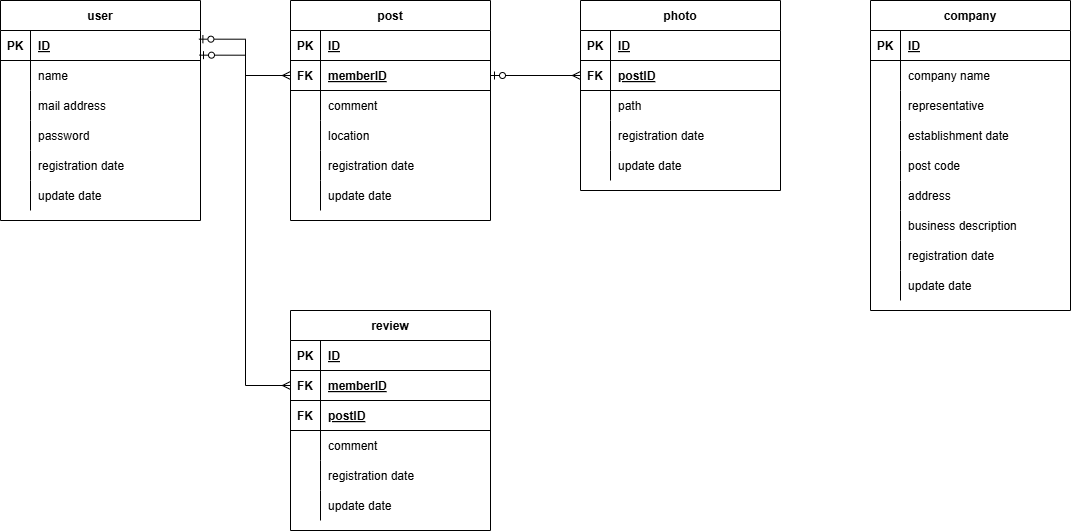
ISSEI-dot/Travelog keeps this draw.io diagram as TravelogER図.drawio.png. Above is the earlier version. Source tidied: cells renumbered, new cells last; positions are measured from the earlier drawing's top-left corner, leaving out a move shared by most shapes.
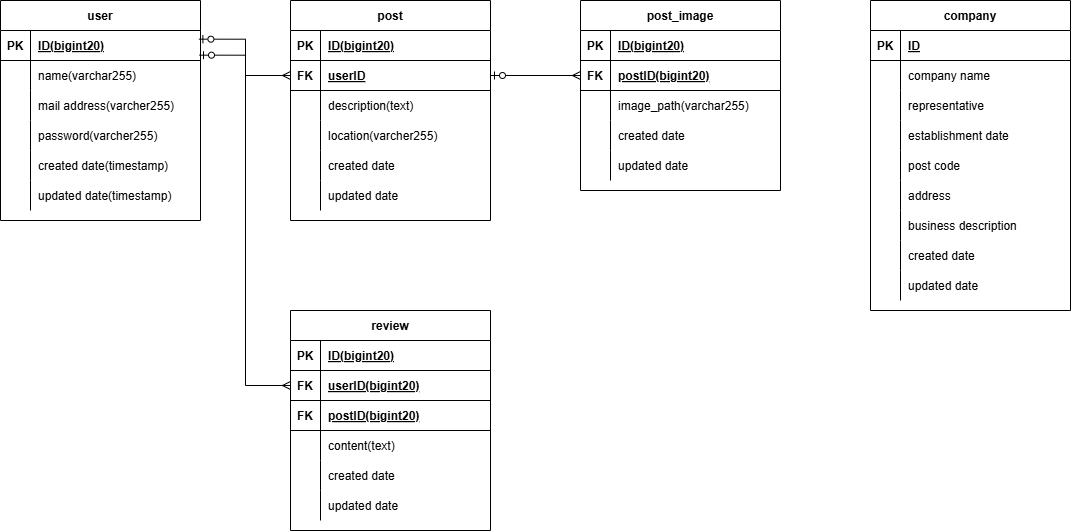
The same diagram one commit later.

Commit message:
TravelogER図.drawio.png を更新します

Change to the diagram source:
```diff
@@ -11,7 +11,7 @@
     <mxCell id="4" value="PK" style="shape=partialRectangle;overflow=hidden;fillColor=none;top=0;left=0;bottom=0;right=0;fontStyle=1;" parent="3" vertex="1">
       <mxGeometry width="30" height="30" as="geometry" />
     </mxCell>
-    <mxCell id="5" value="ID" style="shape=partialRectangle;overflow=hidden;fillColor=none;top=0;left=0;bottom=0;right=0;align=left;spacingLeft=6;fontStyle=5;" parent="3" vertex="1">
+    <mxCell id="5" value="ID(bigint20)" style="shape=partialRectangle;overflow=hidden;fillColor=none;top=0;left=0;bottom=0;right=0;align=left;spacingLeft=6;fontStyle=5;" parent="3" vertex="1">
       <mxGeometry x="30" width="170" height="30" as="geometry" />
     </mxCell>
     <mxCell id="6" style="shape=partialRectangle;fillColor=none;top=0;left=0;right=0;bottom=0;" parent="2" vertex="1">
@@ -20,7 +20,7 @@
     <mxCell id="7" style="shape=partialRectangle;overflow=hidden;fillColor=none;top=0;left=0;bottom=0;right=0;" parent="6" vertex="1">
       <mxGeometry width="30" height="30" as="geometry" />
     </mxCell>
-    <mxCell id="8" value="name" style="shape=partialRectangle;overflow=hidden;fillColor=none;top=0;left=0;bottom=0;right=0;align=left;spacingLeft=6;" parent="6" vertex="1">
+    <mxCell id="8" value="name(varchar255)" style="shape=partialRectangle;overflow=hidden;fillColor=none;top=0;left=0;bottom=0;right=0;align=left;spacingLeft=6;" parent="6" vertex="1">
       <mxGeometry x="30" width="170" height="30" as="geometry" />
     </mxCell>
     <mxCell id="9" style="shape=partialRectangle;fillColor=none;top=0;left=0;right=0;bottom=0;" parent="2" vertex="1">
@@ -29,7 +29,7 @@
     <mxCell id="10" style="shape=partialRectangle;overflow=hidden;fillColor=none;top=0;left=0;bottom=0;right=0;" parent="9" vertex="1">
       <mxGeometry width="30" height="30" as="geometry" />
     </mxCell>
-    <mxCell id="11" value="mail address" style="shape=partialRectangle;overflow=hidden;fillColor=none;top=0;left=0;bottom=0;right=0;align=left;spacingLeft=6;" parent="9" vertex="1">
+    <mxCell id="11" value="mail address(varcher255)" style="shape=partialRectangle;overflow=hidden;fillColor=none;top=0;left=0;bottom=0;right=0;align=left;spacingLeft=6;" parent="9" vertex="1">
       <mxGeometry x="30" width="170" height="30" as="geometry" />
     </mxCell>
     <mxCell id="12" style="shape=partialRectangle;fillColor=none;top=0;left=0;right=0;bottom=0;" parent="2" vertex="1">
@@ -38,7 +38,7 @@
     <mxCell id="13" style="shape=partialRectangle;overflow=hidden;fillColor=none;top=0;left=0;bottom=0;right=0;" parent="12" vertex="1">
       <mxGeometry width="30" height="30" as="geometry" />
     </mxCell>
-    <mxCell id="14" value="password" style="shape=partialRectangle;overflow=hidden;fillColor=none;top=0;left=0;bottom=0;right=0;align=left;spacingLeft=6;" parent="12" vertex="1">
+    <mxCell id="14" value="password(varcher255)" style="shape=partialRectangle;overflow=hidden;fillColor=none;top=0;left=0;bottom=0;right=0;align=left;spacingLeft=6;" parent="12" vertex="1">
       <mxGeometry x="30" width="170" height="30" as="geometry" />
     </mxCell>
     <mxCell id="15" style="shape=partialRectangle;fillColor=none;top=0;left=0;right=0;bottom=0;" parent="2" vertex="1">
@@ -47,7 +47,7 @@
     <mxCell id="16" style="shape=partialRectangle;overflow=hidden;fillColor=none;top=0;left=0;bottom=0;right=0;" parent="15" vertex="1">
       <mxGeometry width="30" height="30" as="geometry" />
     </mxCell>
-    <mxCell id="17" value="registration date" style="shape=partialRectangle;overflow=hidden;fillColor=none;top=0;left=0;bottom=0;right=0;align=left;spacingLeft=6;" parent="15" vertex="1">
+    <mxCell id="17" value="created date(timestamp)" style="shape=partialRectangle;overflow=hidden;fillColor=none;top=0;left=0;bottom=0;right=0;align=left;spacingLeft=6;" parent="15" vertex="1">
       <mxGeometry x="30" width="170" height="30" as="geometry" />
     </mxCell>
     <mxCell id="18" style="shape=partialRectangle;fillColor=none;top=0;left=0;right=0;bottom=0;" parent="2" vertex="1">
@@ -56,7 +56,7 @@
     <mxCell id="19" style="shape=partialRectangle;overflow=hidden;fillColor=none;top=0;left=0;bottom=0;right=0;" parent="18" vertex="1">
       <mxGeometry width="30" height="30" as="geometry" />
     </mxCell>
-    <mxCell id="20" value="update date" style="shape=partialRectangle;overflow=hidden;fillColor=none;top=0;left=0;bottom=0;right=0;align=left;spacingLeft=6;" parent="18" vertex="1">
+    <mxCell id="20" value="updated date(timestamp)" style="shape=partialRectangle;overflow=hidden;fillColor=none;top=0;left=0;bottom=0;right=0;align=left;spacingLeft=6;" parent="18" vertex="1">
       <mxGeometry x="30" width="170" height="30" as="geometry" />
     </mxCell>
     <mxCell id="21" value="post" style="shape=table;startSize=30;rowLines=0;fontStyle=1;align=center;" parent="1" vertex="1">
@@ -68,7 +68,7 @@
     <mxCell id="23" value="PK" style="shape=partialRectangle;overflow=hidden;fillColor=none;top=0;left=0;bottom=0;right=0;fontStyle=1;" parent="22" vertex="1">
       <mxGeometry width="30" height="30" as="geometry" />
     </mxCell>
-    <mxCell id="24" value="ID" style="shape=partialRectangle;overflow=hidden;fillColor=none;top=0;left=0;bottom=0;right=0;align=left;spacingLeft=6;fontStyle=5;" parent="22" vertex="1">
+    <mxCell id="24" value="ID(bigint20)" style="shape=partialRectangle;overflow=hidden;fillColor=none;top=0;left=0;bottom=0;right=0;align=left;spacingLeft=6;fontStyle=5;" parent="22" vertex="1">
       <mxGeometry x="30" width="170" height="30" as="geometry" />
     </mxCell>
     <mxCell id="25" style="shape=partialRectangle;fillColor=none;points=[[0,0.5],[1,0.5]];portConstraint=eastwest;top=0;left=0;right=0;bottom=1;" parent="21" vertex="1">
@@ -77,7 +77,7 @@
     <mxCell id="26" value="FK" style="shape=partialRectangle;overflow=hidden;fillColor=none;top=0;left=0;bottom=0;right=0;fontStyle=1;" parent="25" vertex="1">
       <mxGeometry width="30" height="30" as="geometry" />
     </mxCell>
-    <mxCell id="27" value="memberID" style="shape=partialRectangle;overflow=hidden;fillColor=none;top=0;left=0;bottom=0;right=0;align=left;spacingLeft=6;fontStyle=5;" parent="25" vertex="1">
+    <mxCell id="27" value="userID" style="shape=partialRectangle;overflow=hidden;fillColor=none;top=0;left=0;bottom=0;right=0;align=left;spacingLeft=6;fontStyle=5;" parent="25" vertex="1">
       <mxGeometry x="30" width="170" height="30" as="geometry" />
     </mxCell>
     <mxCell id="28" style="shape=partialRectangle;fillColor=none;top=0;left=0;right=0;bottom=0;" parent="21" vertex="1">
@@ -86,7 +86,7 @@
     <mxCell id="29" style="shape=partialRectangle;overflow=hidden;fillColor=none;top=0;left=0;bottom=0;right=0;" parent="28" vertex="1">
       <mxGeometry width="30" height="30" as="geometry" />
     </mxCell>
-    <mxCell id="30" value="comment" style="shape=partialRectangle;overflow=hidden;fillColor=none;top=0;left=0;bottom=0;right=0;align=left;spacingLeft=6;" parent="28" vertex="1">
+    <mxCell id="30" value="description(text)" style="shape=partialRectangle;overflow=hidden;fillColor=none;top=0;left=0;bottom=0;right=0;align=left;spacingLeft=6;" parent="28" vertex="1">
       <mxGeometry x="30" width="170" height="30" as="geometry" />
     </mxCell>
     <mxCell id="31" style="shape=partialRectangle;fillColor=none;top=0;left=0;right=0;bottom=0;" parent="21" vertex="1">
@@ -95,7 +95,7 @@
     <mxCell id="32" style="shape=partialRectangle;overflow=hidden;fillColor=none;top=0;left=0;bottom=0;right=0;" parent="31" vertex="1">
       <mxGeometry width="30" height="30" as="geometry" />
     </mxCell>
-    <mxCell id="33" value="location" style="shape=partialRectangle;overflow=hidden;fillColor=none;top=0;left=0;bottom=0;right=0;align=left;spacingLeft=6;" parent="31" vertex="1">
+    <mxCell id="33" value="location(varcher255)" style="shape=partialRectangle;overflow=hidden;fillColor=none;top=0;left=0;bottom=0;right=0;align=left;spacingLeft=6;" parent="31" vertex="1">
       <mxGeometry x="30" width="170" height="30" as="geometry" />
     </mxCell>
     <mxCell id="34" style="shape=partialRectangle;fillColor=none;top=0;left=0;right=0;bottom=0;" parent="21" vertex="1">
@@ -104,7 +104,7 @@
     <mxCell id="35" style="shape=partialRectangle;overflow=hidden;fillColor=none;top=0;left=0;bottom=0;right=0;" parent="34" vertex="1">
       <mxGeometry width="30" height="30" as="geometry" />
     </mxCell>
-    <mxCell id="36" value="registration date" style="shape=partialRectangle;overflow=hidden;fillColor=none;top=0;left=0;bottom=0;right=0;align=left;spacingLeft=6;" parent="34" vertex="1">
+    <mxCell id="36" value="created date" style="shape=partialRectangle;overflow=hidden;fillColor=none;top=0;left=0;bottom=0;right=0;align=left;spacingLeft=6;" parent="34" vertex="1">
       <mxGeometry x="30" width="170" height="30" as="geometry" />
     </mxCell>
     <mxCell id="37" style="shape=partialRectangle;fillColor=none;top=0;left=0;right=0;bottom=0;" parent="21" vertex="1">
@@ -113,7 +113,7 @@
     <mxCell id="38" style="shape=partialRectangle;overflow=hidden;fillColor=none;top=0;left=0;bottom=0;right=0;" parent="37" vertex="1">
       <mxGeometry width="30" height="30" as="geometry" />
     </mxCell>
-    <mxCell id="39" value="update date" style="shape=partialRectangle;overflow=hidden;fillColor=none;top=0;left=0;bottom=0;right=0;align=left;spacingLeft=6;" parent="37" vertex="1">
+    <mxCell id="39" value="updated date" style="shape=partialRectangle;overflow=hidden;fillColor=none;top=0;left=0;bottom=0;right=0;align=left;spacingLeft=6;" parent="37" vertex="1">
       <mxGeometry x="30" width="170" height="30" as="geometry" />
     </mxCell>
     <mxCell id="40" value="company" style="shape=table;startSize=30;rowLines=0;fontStyle=1;align=center;" parent="1" vertex="1">
@@ -188,7 +188,7 @@
     <mxCell id="63" style="shape=partialRectangle;overflow=hidden;fillColor=none;top=0;left=0;bottom=0;right=0;" parent="62" vertex="1">
       <mxGeometry width="30" height="30" as="geometry" />
     </mxCell>
-    <mxCell id="64" value="registration date" style="shape=partialRectangle;overflow=hidden;fillColor=none;top=0;left=0;bottom=0;right=0;align=left;spacingLeft=6;" parent="62" vertex="1">
+    <mxCell id="64" value="created date" style="shape=partialRectangle;overflow=hidden;fillColor=none;top=0;left=0;bottom=0;right=0;align=left;spacingLeft=6;" parent="62" vertex="1">
       <mxGeometry x="30" width="170" height="30" as="geometry" />
     </mxCell>
     <mxCell id="65" style="shape=partialRectangle;fillColor=none;top=0;left=0;right=0;bottom=0;" parent="40" vertex="1">
@@ -197,7 +197,7 @@
     <mxCell id="66" style="shape=partialRectangle;overflow=hidden;fillColor=none;top=0;left=0;bottom=0;right=0;" parent="65" vertex="1">
       <mxGeometry width="30" height="30" as="geometry" />
     </mxCell>
-    <mxCell id="67" value="update date" style="shape=partialRectangle;overflow=hidden;fillColor=none;top=0;left=0;bottom=0;right=0;align=left;spacingLeft=6;" parent="65" vertex="1">
+    <mxCell id="67" value="updated date" style="shape=partialRectangle;overflow=hidden;fillColor=none;top=0;left=0;bottom=0;right=0;align=left;spacingLeft=6;" parent="65" vertex="1">
       <mxGeometry x="30" width="170" height="30" as="geometry" />
     </mxCell>
     <mxCell id="68" style="edgeStyle=orthogonalEdgeStyle;rounded=0;jettySize=auto;html=1;endArrow=ERmany;endFill=0;startArrow=ERzeroToOne;startFill=0;exitX=0.992;exitY=0.289;exitDx=0;exitDy=0;exitPerimeter=0;" parent="1" edge="1" source="3" target="25">
@@ -212,7 +212,7 @@
     <mxCell id="71" value="PK" style="shape=partialRectangle;overflow=hidden;fillColor=none;top=0;left=0;bottom=0;right=0;fontStyle=1;" parent="70" vertex="1">
       <mxGeometry width="30" height="30" as="geometry" />
     </mxCell>
-    <mxCell id="72" value="ID" style="shape=partialRectangle;overflow=hidden;fillColor=none;top=0;left=0;bottom=0;right=0;align=left;spacingLeft=6;fontStyle=5;" parent="70" vertex="1">
+    <mxCell id="72" value="ID(bigint20)" style="shape=partialRectangle;overflow=hidden;fillColor=none;top=0;left=0;bottom=0;right=0;align=left;spacingLeft=6;fontStyle=5;" parent="70" vertex="1">
       <mxGeometry x="30" width="170" height="30" as="geometry" />
     </mxCell>
     <mxCell id="73" style="shape=partialRectangle;fillColor=none;points=[[0,0.5],[1,0.5]];portConstraint=eastwest;top=0;left=0;right=0;bottom=1;" parent="69" vertex="1">
@@ -221,7 +221,7 @@
     <mxCell id="74" value="FK" style="shape=partialRectangle;overflow=hidden;fillColor=none;top=0;left=0;bottom=0;right=0;fontStyle=1;" parent="73" vertex="1">
       <mxGeometry width="30" height="30" as="geometry" />
     </mxCell>
-    <mxCell id="75" value="memberID" style="shape=partialRectangle;overflow=hidden;fillColor=none;top=0;left=0;bottom=0;right=0;align=left;spacingLeft=6;fontStyle=5;" parent="73" vertex="1">
+    <mxCell id="75" value="userID(bigint20)" style="shape=partialRectangle;overflow=hidden;fillColor=none;top=0;left=0;bottom=0;right=0;align=left;spacingLeft=6;fontStyle=5;" parent="73" vertex="1">
       <mxGeometry x="30" width="170" height="30" as="geometry" />
     </mxCell>
     <mxCell id="76" style="shape=partialRectangle;fillColor=none;top=0;left=0;right=0;bottom=1;" parent="69" vertex="1">
@@ -230,7 +230,7 @@
     <mxCell id="77" value="FK" style="shape=partialRectangle;overflow=hidden;fillColor=none;top=0;left=0;bottom=0;right=0;fontStyle=1;" parent="76" vertex="1">
       <mxGeometry width="30" height="30" as="geometry" />
     </mxCell>
-    <mxCell id="78" value="postID" style="shape=partialRectangle;overflow=hidden;fillColor=none;top=0;left=0;bottom=0;right=0;align=left;spacingLeft=6;fontStyle=5;" parent="76" vertex="1">
+    <mxCell id="78" value="postID(bigint20)" style="shape=partialRectangle;overflow=hidden;fillColor=none;top=0;left=0;bottom=0;right=0;align=left;spacingLeft=6;fontStyle=5;" parent="76" vertex="1">
       <mxGeometry x="30" width="170" height="30" as="geometry" />
     </mxCell>
     <mxCell id="79" style="shape=partialRectangle;fillColor=none;top=0;left=0;right=0;bottom=0;" parent="69" vertex="1">
@@ -239,7 +239,7 @@
     <mxCell id="80" style="shape=partialRectangle;overflow=hidden;fillColor=none;top=0;left=0;bottom=0;right=0;" parent="79" vertex="1">
       <mxGeometry width="30" height="30" as="geometry" />
     </mxCell>
-    <mxCell id="81" value="comment" style="shape=partialRectangle;overflow=hidden;fillColor=none;top=0;left=0;bottom=0;right=0;align=left;spacingLeft=6;" parent="79" vertex="1">
+    <mxCell id="81" value="content(text)" style="shape=partialRectangle;overflow=hidden;fillColor=none;top=0;left=0;bottom=0;right=0;align=left;spacingLeft=6;" parent="79" vertex="1">
       <mxGeometry x="30" width="170" height="30" as="geometry" />
     </mxCell>
     <mxCell id="82" style="shape=partialRectangle;fillColor=none;top=0;left=0;right=0;bottom=0;" parent="69" vertex="1">
@@ -248,7 +248,7 @@
     <mxCell id="83" style="shape=partialRectangle;overflow=hidden;fillColor=none;top=0;left=0;bottom=0;right=0;" parent="82" vertex="1">
       <mxGeometry width="30" height="30" as="geometry" />
     </mxCell>
-    <mxCell id="84" value="registration date" style="shape=partialRectangle;overflow=hidden;fillColor=none;top=0;left=0;bottom=0;right=0;align=left;spacingLeft=6;" parent="82" vertex="1">
+    <mxCell id="84" value="created date" style="shape=partialRectangle;overflow=hidden;fillColor=none;top=0;left=0;bottom=0;right=0;align=left;spacingLeft=6;" parent="82" vertex="1">
       <mxGeometry x="30" width="170" height="30" as="geometry" />
     </mxCell>
     <mxCell id="85" style="shape=partialRectangle;fillColor=none;top=0;left=0;right=0;bottom=0;" parent="69" vertex="1">
@@ -257,10 +257,10 @@
     <mxCell id="86" style="shape=partialRectangle;overflow=hidden;fillColor=none;top=0;left=0;bottom=0;right=0;" parent="85" vertex="1">
       <mxGeometry width="30" height="30" as="geometry" />
     </mxCell>
-    <mxCell id="87" value="update date" style="shape=partialRectangle;overflow=hidden;fillColor=none;top=0;left=0;bottom=0;right=0;align=left;spacingLeft=6;" parent="85" vertex="1">
+    <mxCell id="87" value="updated date" style="shape=partialRectangle;overflow=hidden;fillColor=none;top=0;left=0;bottom=0;right=0;align=left;spacingLeft=6;" parent="85" vertex="1">
       <mxGeometry x="30" width="170" height="30" as="geometry" />
     </mxCell>
-    <mxCell id="88" value="photo" style="shape=table;startSize=30;rowLines=0;fontStyle=1;align=center;" parent="1" vertex="1">
+    <mxCell id="88" value="post_image" style="shape=table;startSize=30;rowLines=0;fontStyle=1;align=center;" parent="1" vertex="1">
       <mxGeometry x="580" width="200" height="190" as="geometry" />
     </mxCell>
     <mxCell id="89" style="shape=partialRectangle;fillColor=none;top=0;left=0;right=0;bottom=1;" parent="88" vertex="1">
@@ -269,7 +269,7 @@
     <mxCell id="90" value="PK" style="shape=partialRectangle;overflow=hidden;fillColor=none;top=0;left=0;bottom=0;right=0;fontStyle=1;" parent="89" vertex="1">
       <mxGeometry width="30" height="30" as="geometry" />
     </mxCell>
-    <mxCell id="91" value="ID" style="shape=partialRectangle;overflow=hidden;fillColor=none;top=0;left=0;bottom=0;right=0;align=left;spacingLeft=6;fontStyle=5;" parent="89" vertex="1">
+    <mxCell id="91" value="ID(bigint20)" style="shape=partialRectangle;overflow=hidden;fillColor=none;top=0;left=0;bottom=0;right=0;align=left;spacingLeft=6;fontStyle=5;" parent="89" vertex="1">
       <mxGeometry x="30" width="170" height="30" as="geometry" />
     </mxCell>
     <mxCell id="92" style="shape=partialRectangle;fillColor=none;points=[[0,0.5],[1,0.5]];portConstraint=eastwest;top=0;left=0;right=0;bottom=1;" parent="88" vertex="1">
@@ -278,7 +278,7 @@
     <mxCell id="93" value="FK" style="shape=partialRectangle;overflow=hidden;fillColor=none;top=0;left=0;bottom=0;right=0;fontStyle=1;" parent="92" vertex="1">
       <mxGeometry width="30" height="30" as="geometry" />
     </mxCell>
-    <mxCell id="94" value="postID" style="shape=partialRectangle;overflow=hidden;fillColor=none;top=0;left=0;bottom=0;right=0;align=left;spacingLeft=6;fontStyle=5;" parent="92" vertex="1">
+    <mxCell id="94" value="postID(bigint20)" style="shape=partialRectangle;overflow=hidden;fillColor=none;top=0;left=0;bottom=0;right=0;align=left;spacingLeft=6;fontStyle=5;" parent="92" vertex="1">
       <mxGeometry x="30" width="170" height="30" as="geometry" />
     </mxCell>
     <mxCell id="95" style="shape=partialRectangle;fillColor=none;top=0;left=0;right=0;bottom=0;" parent="88" vertex="1">
@@ -287,7 +287,7 @@
     <mxCell id="96" style="shape=partialRectangle;overflow=hidden;fillColor=none;top=0;left=0;bottom=0;right=0;" parent="95" vertex="1">
       <mxGeometry width="30" height="30" as="geometry" />
     </mxCell>
-    <mxCell id="97" value="path" style="shape=partialRectangle;overflow=hidden;fillColor=none;top=0;left=0;bottom=0;right=0;align=left;spacingLeft=6;" parent="95" vertex="1">
+    <mxCell id="97" value="image_path(varchar255)" style="shape=partialRectangle;overflow=hidden;fillColor=none;top=0;left=0;bottom=0;right=0;align=left;spacingLeft=6;" parent="95" vertex="1">
       <mxGeometry x="30" width="170" height="30" as="geometry" />
     </mxCell>
     <mxCell id="98" style="shape=partialRectangle;fillColor=none;top=0;left=0;right=0;bottom=0;" parent="88" vertex="1">
@@ -296,7 +296,7 @@
     <mxCell id="99" style="shape=partialRectangle;overflow=hidden;fillColor=none;top=0;left=0;bottom=0;right=0;" parent="98" vertex="1">
       <mxGeometry width="30" height="30" as="geometry" />
     </mxCell>
-    <mxCell id="100" value="registration date" style="shape=partialRectangle;overflow=hidden;fillColor=none;top=0;left=0;bottom=0;right=0;align=left;spacingLeft=6;" parent="98" vertex="1">
+    <mxCell id="100" value="created date" style="shape=partialRectangle;overflow=hidden;fillColor=none;top=0;left=0;bottom=0;right=0;align=left;spacingLeft=6;" parent="98" vertex="1">
       <mxGeometry x="30" width="170" height="30" as="geometry" />
     </mxCell>
     <mxCell id="101" style="shape=partialRectangle;fillColor=none;top=0;left=0;right=0;bottom=0;" parent="88" vertex="1">
@@ -305,7 +305,7 @@
     <mxCell id="102" style="shape=partialRectangle;overflow=hidden;fillColor=none;top=0;left=0;bottom=0;right=0;" parent="101" vertex="1">
       <mxGeometry width="30" height="30" as="geometry" />
     </mxCell>
-    <mxCell id="103" value="update date" style="shape=partialRectangle;overflow=hidden;fillColor=none;top=0;left=0;bottom=0;right=0;align=left;spacingLeft=6;" parent="101" vertex="1">
+    <mxCell id="103" value="updated date" style="shape=partialRectangle;overflow=hidden;fillColor=none;top=0;left=0;bottom=0;right=0;align=left;spacingLeft=6;" parent="101" vertex="1">
       <mxGeometry x="30" width="170" height="30" as="geometry" />
     </mxCell>
     <mxCell id="104" style="edgeStyle=orthogonalEdgeStyle;rounded=0;jettySize=auto;html=1;endArrow=ERmany;endFill=0;startArrow=ERzeroToOne;startFill=0;exitX=0.995;exitY=0.822;exitDx=0;exitDy=0;exitPerimeter=0;entryX=0;entryY=0.5;entryDx=0;entryDy=0;" parent="1" edge="1" source="3" target="73">
```
